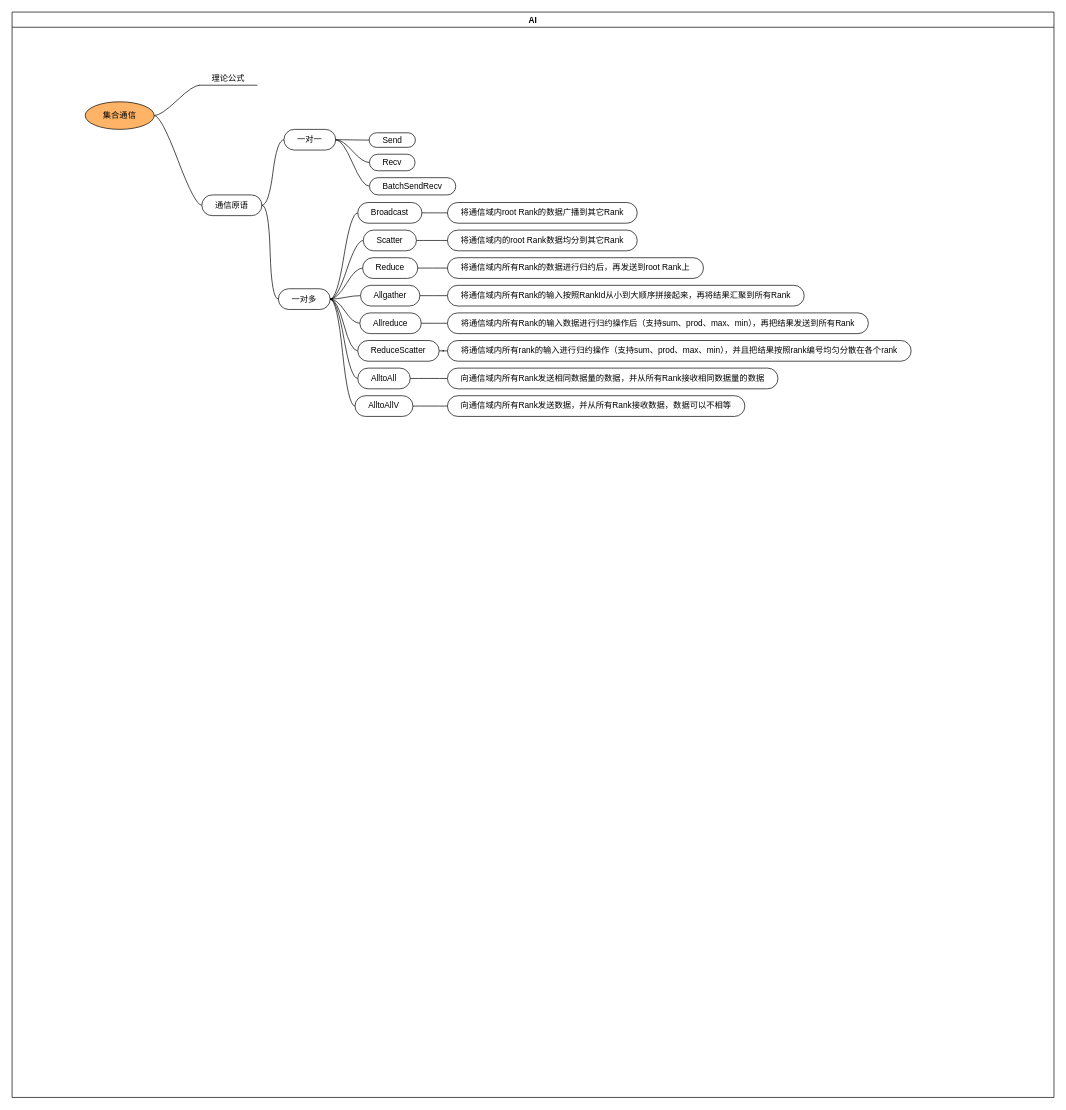
Before: AI.drawio in lbk0116/AI, a draw.io diagram. Source tidied: cells renumbered, new cells numbered last; positions are measured from the earlier drawing's top-left corner, leaving out a move shared by most shapes. Both pictures are drawn from the tidied source at 69%, with x=0, y=0 at pixel (12, 12).
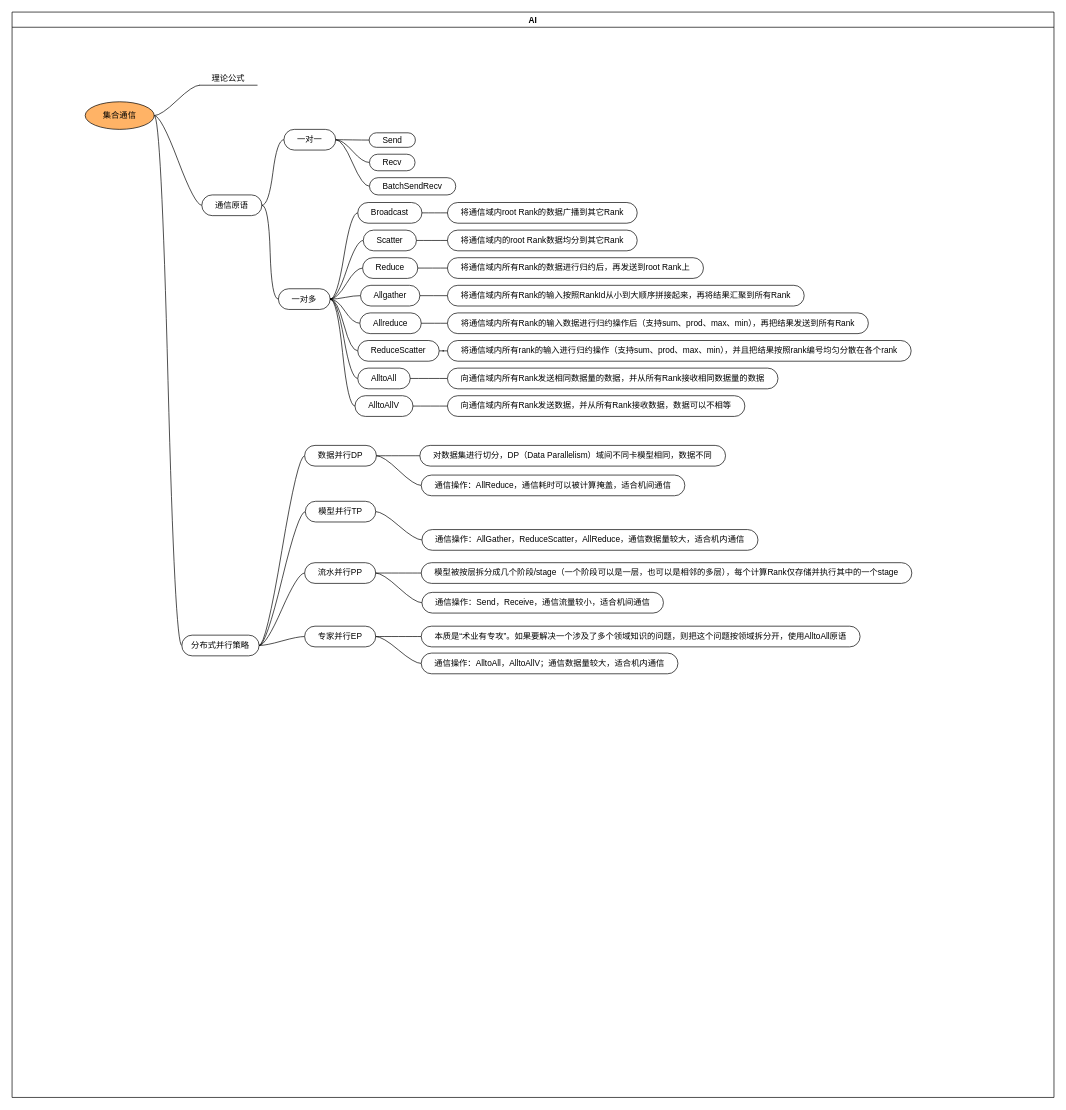
The same diagram, later.

Unchanged cells that the change refers to:
```xml
<mxCell id="2" value="AI" style="swimlane;startSize=22;horizontal=1;containerType=tree;" parent="1" vertex="1">
  <mxGeometry width="1510" height="1573" as="geometry" />
</mxCell>
<mxCell id="5" value="集合通信" style="ellipse;whiteSpace=wrap;html=1;align=center;newEdgeStyle={&quot;edgeStyle&quot;:&quot;entityRelationEdgeStyle&quot;,&quot;startArrow&quot;:&quot;none&quot;,&quot;endArrow&quot;:&quot;none&quot;,&quot;segment&quot;:10,&quot;curved&quot;:1,&quot;sourcePerimeterSpacing&quot;:0,&quot;targetPerimeterSpacing&quot;:0};fillColor=#FFB366;" parent="2" vertex="1">
  <mxGeometry x="106" y="130" width="100" height="40" as="geometry" />
</mxCell>
```

Change to the diagram source:
```diff
@@
+    <mxCell id="50" value="分布式并行策略" style="whiteSpace=wrap;html=1;rounded=1;arcSize=50;align=center;verticalAlign=middle;strokeWidth=1;spacing=4;newEdgeStyle={&quot;edgeStyle&quot;:&quot;entityRelationEdgeStyle&quot;,&quot;startArrow&quot;:&quot;none&quot;,&quot;endArrow&quot;:&quot;none&quot;,&quot;segment&quot;:10,&quot;curved&quot;:1,&quot;sourcePerimeterSpacing&quot;:0,&quot;targetPerimeterSpacing&quot;:0};" parent="2" vertex="1">
+      <mxGeometry x="246" y="903" width="112" height="30" as="geometry" />
+    </mxCell>
+    <mxCell id="51" style="edgeStyle=entityRelationEdgeStyle;startArrow=none;endArrow=none;segment=10;curved=1;sourcePerimeterSpacing=0;targetPerimeterSpacing=0;rounded=0;" parent="2" edge="1" source="5" target="50">
+      <mxGeometry relative="1" as="geometry" />
+    </mxCell>
+    <mxCell id="52" style="edgeStyle=entityRelationEdgeStyle;startArrow=none;endArrow=none;segment=10;curved=1;sourcePerimeterSpacing=0;targetPerimeterSpacing=0;rounded=0;" parent="2" edge="1" source="50" target="53">
+      <mxGeometry relative="1" as="geometry" />
+    </mxCell>
+    <mxCell id="53" value="数据并行DP" style="whiteSpace=wrap;html=1;rounded=1;arcSize=50;align=center;verticalAlign=middle;strokeWidth=1;spacing=4;newEdgeStyle={&quot;edgeStyle&quot;:&quot;entityRelationEdgeStyle&quot;,&quot;startArrow&quot;:&quot;none&quot;,&quot;endArrow&quot;:&quot;none&quot;,&quot;segment&quot;:10,&quot;curved&quot;:1,&quot;sourcePerimeterSpacing&quot;:0,&quot;targetPerimeterSpacing&quot;:0};" parent="2" vertex="1">
+      <mxGeometry x="424" y="628" width="104" height="30" as="geometry" />
+    </mxCell>
+    <mxCell id="54" style="edgeStyle=entityRelationEdgeStyle;startArrow=none;endArrow=none;segment=10;curved=1;sourcePerimeterSpacing=0;targetPerimeterSpacing=0;rounded=0;" parent="2" edge="1" source="53" target="55">
+      <mxGeometry relative="1" as="geometry" />
+    </mxCell>
+    <mxCell id="55" value="&lt;div data-mind-map-text=&quot;[{&amp;quot;paragraphProps&amp;quot;:{&amp;quot;type&amp;quot;:&amp;quot;paragraph&amp;quot;,&amp;quot;textAlign&amp;quot;:0,&amp;quot;lineSpacing&amp;quot;:1.4},&amp;quot;isComplete&amp;quot;:true,&amp;quot;textProps&amp;quot;:[{&amp;quot;type&amp;quot;:&amp;quot;text&amp;quot;,&amp;quot;text&amp;quot;:&amp;quot;对数据集进行切分，DP（Data Parallelism）域间不同卡模型相同，数据不同&amp;quot;,&amp;quot;color&amp;quot;:&amp;quot;#1f1f1f&amp;quot;,&amp;quot;fontWeight&amp;quot;:400,&amp;quot;fontSize&amp;quot;:14,&amp;quot;fontFamily&amp;quot;:&amp;quot;\&amp;quot;Helvetica Neue\&amp;quot;, Helvetica, \&amp;quot;PingFang SC\&amp;quot;, \&amp;quot;Microsoft YaHei\&amp;quot;, \&amp;quot;Source Han Sans SC\&amp;quot;, \&amp;quot;Noto Sans CJK SC\&amp;quot;, \&amp;quot;WenQuanYi Micro Hei\&amp;quot;, sans-serif&amp;quot;,&amp;quot;italic&amp;quot;:false,&amp;quot;underline&amp;quot;:false,&amp;quot;strike&amp;quot;:false}]}]&quot;&gt;对数据集进行切分，DP（Data Parallelism）域间不同卡模型相同，数据不同&lt;/div&gt;" style="whiteSpace=wrap;html=1;rounded=1;arcSize=50;align=center;verticalAlign=middle;strokeWidth=1;spacing=4;newEdgeStyle={&quot;edgeStyle&quot;:&quot;entityRelationEdgeStyle&quot;,&quot;startArrow&quot;:&quot;none&quot;,&quot;endArrow&quot;:&quot;none&quot;,&quot;segment&quot;:10,&quot;curved&quot;:1,&quot;sourcePerimeterSpacing&quot;:0,&quot;targetPerimeterSpacing&quot;:0};" parent="2" vertex="1">
+      <mxGeometry x="591" y="628" width="443" height="30" as="geometry" />
+    </mxCell>
+    <mxCell id="56" style="edgeStyle=entityRelationEdgeStyle;startArrow=none;endArrow=none;segment=10;curved=1;sourcePerimeterSpacing=0;targetPerimeterSpacing=0;rounded=0;" parent="2" edge="1" source="53" target="57">
+      <mxGeometry relative="1" as="geometry" />
+    </mxCell>
+    <mxCell id="57" value="&lt;div data-mind-map-text=&quot;[{&amp;quot;paragraphProps&amp;quot;:{&amp;quot;type&amp;quot;:&amp;quot;paragraph&amp;quot;,&amp;quot;textAlign&amp;quot;:0,&amp;quot;lineSpacing&amp;quot;:1.4},&amp;quot;isComplete&amp;quot;:true,&amp;quot;textProps&amp;quot;:[{&amp;quot;type&amp;quot;:&amp;quot;text&amp;quot;,&amp;quot;text&amp;quot;:&amp;quot;对数据集进行切分，DP（Data Parallelism）域间不同卡模型相同，数据不同&amp;quot;,&amp;quot;color&amp;quot;:&amp;quot;#1f1f1f&amp;quot;,&amp;quot;fontWeight&amp;quot;:400,&amp;quot;fontSize&amp;quot;:14,&amp;quot;fontFamily&amp;quot;:&amp;quot;\&amp;quot;Helvetica Neue\&amp;quot;, Helvetica, \&amp;quot;PingFang SC\&amp;quot;, \&amp;quot;Microsoft YaHei\&amp;quot;, \&amp;quot;Source Han Sans SC\&amp;quot;, \&amp;quot;Noto Sans CJK SC\&amp;quot;, \&amp;quot;WenQuanYi Micro Hei\&amp;quot;, sans-serif&amp;quot;,&amp;quot;italic&amp;quot;:false,&amp;quot;underline&amp;quot;:false,&amp;quot;strike&amp;quot;:false}]}]&quot;&gt;&lt;div data-mind-map-text=&quot;[{&amp;quot;paragraphProps&amp;quot;:{&amp;quot;type&amp;quot;:&amp;quot;paragraph&amp;quot;,&amp;quot;textAlign&amp;quot;:0,&amp;quot;lineSpacing&amp;quot;:1.4},&amp;quot;isComplete&amp;quot;:true,&amp;quot;textProps&amp;quot;:[{&amp;quot;type&amp;quot;:&amp;quot;text&amp;quot;,&amp;quot;text&amp;quot;:&amp;quot;通信操作：AllReduce，通信耗时可以被计算掩盖，适合机间通信&amp;quot;,&amp;quot;color&amp;quot;:&amp;quot;#1f1f1f&amp;quot;,&amp;quot;fontWeight&amp;quot;:400,&amp;quot;fontSize&amp;quot;:14,&amp;quot;fontFamily&amp;quot;:&amp;quot;\&amp;quot;Helvetica Neue\&amp;quot;, Helvetica, \&amp;quot;PingFang SC\&amp;quot;, \&amp;quot;Microsoft YaHei\&amp;quot;, \&amp;quot;Source Han Sans SC\&amp;quot;, \&amp;quot;Noto Sans CJK SC\&amp;quot;, \&amp;quot;WenQuanYi Micro Hei\&amp;quot;, sans-serif&amp;quot;,&amp;quot;italic&amp;quot;:false,&amp;quot;underline&amp;quot;:false,&amp;quot;strike&amp;quot;:false}]}]&quot;&gt;通信操作：AllReduce，通信耗时可以被计算掩盖，适合机间通信&lt;/div&gt;&lt;/div&gt;" style="whiteSpace=wrap;html=1;rounded=1;arcSize=50;align=center;verticalAlign=middle;strokeWidth=1;spacing=4;newEdgeStyle={&quot;edgeStyle&quot;:&quot;entityRelationEdgeStyle&quot;,&quot;startArrow&quot;:&quot;none&quot;,&quot;endArrow&quot;:&quot;none&quot;,&quot;segment&quot;:10,&quot;curved&quot;:1,&quot;sourcePerimeterSpacing&quot;:0,&quot;targetPerimeterSpacing&quot;:0};" parent="2" vertex="1">
+      <mxGeometry x="593" y="671" width="382" height="30" as="geometry" />
+    </mxCell>
+    <mxCell id="58" style="edgeStyle=entityRelationEdgeStyle;startArrow=none;endArrow=none;segment=10;curved=1;sourcePerimeterSpacing=0;targetPerimeterSpacing=0;rounded=0;" parent="2" edge="1" source="50" target="59">
+      <mxGeometry relative="1" as="geometry" />
+    </mxCell>
+    <mxCell id="59" value="模型并行TP" style="whiteSpace=wrap;html=1;rounded=1;arcSize=50;align=center;verticalAlign=middle;strokeWidth=1;spacing=4;newEdgeStyle={&quot;edgeStyle&quot;:&quot;entityRelationEdgeStyle&quot;,&quot;startArrow&quot;:&quot;none&quot;,&quot;endArrow&quot;:&quot;none&quot;,&quot;segment&quot;:10,&quot;curved&quot;:1,&quot;sourcePerimeterSpacing&quot;:0,&quot;targetPerimeterSpacing&quot;:0};" parent="2" vertex="1">
+      <mxGeometry x="425" y="709" width="102" height="30" as="geometry" />
+    </mxCell>
+    <mxCell id="60" style="edgeStyle=entityRelationEdgeStyle;startArrow=none;endArrow=none;segment=10;curved=1;sourcePerimeterSpacing=0;targetPerimeterSpacing=0;rounded=0;" parent="2" edge="1" source="59" target="61">
+      <mxGeometry relative="1" as="geometry" />
+    </mxCell>
+    <mxCell id="61" value="&lt;div data-mind-map-text=&quot;[{&amp;quot;paragraphProps&amp;quot;:{&amp;quot;type&amp;quot;:&amp;quot;paragraph&amp;quot;,&amp;quot;textAlign&amp;quot;:0,&amp;quot;lineSpacing&amp;quot;:1.4},&amp;quot;isComplete&amp;quot;:true,&amp;quot;textProps&amp;quot;:[{&amp;quot;type&amp;quot;:&amp;quot;text&amp;quot;,&amp;quot;text&amp;quot;:&amp;quot;把GEMM操作的权重切分，每张卡处理一部分矩阵乘计算，最后通过AllReduce/Reducescatter/Allgather等通信汇聚结果，实现数学等价的分布式矩阵乘法计算&amp;quot;,&amp;quot;color&amp;quot;:&amp;quot;#1f1f1f&amp;quot;,&amp;quot;fontWeight&amp;quot;:400,&amp;quot;fontSize&amp;quot;:14,&amp;quot;fontFamily&amp;quot;:&amp;quot;\&amp;quot;Helvetica Neue\&amp;quot;, Helvetica, \&amp;quot;PingFang SC\&amp;quot;, \&amp;quot;Microsoft YaHei\&amp;quot;, \&amp;quot;Source Han Sans SC\&amp;quot;, \&amp;quot;Noto Sans CJK SC\&amp;quot;, \&amp;quot;WenQuanYi Micro Hei\&amp;quot;, sans-serif&amp;quot;,&amp;quot;italic&amp;quot;:false,&amp;quot;underline&amp;quot;:false,&amp;quot;strike&amp;quot;:false}]}]&quot;&gt;&lt;div data-mind-map-text=&quot;[{&amp;quot;paragraphProps&amp;quot;:{&amp;quot;type&amp;quot;:&amp;quot;paragraph&amp;quot;,&amp;quot;textAlign&amp;quot;:0,&amp;quot;lineSpacing&amp;quot;:1.4},&amp;quot;isComplete&amp;quot;:true,&amp;quot;textProps&amp;quot;:[{&amp;quot;type&amp;quot;:&amp;quot;text&amp;quot;,&amp;quot;text&amp;quot;:&amp;quot;通信操作：AllGather，ReduceScatter，AllReduce，通信数据量较大，适合机内通信&amp;quot;,&amp;quot;color&amp;quot;:&amp;quot;#1f1f1f&amp;quot;,&amp;quot;fontWeight&amp;quot;:400,&amp;quot;fontSize&amp;quot;:14,&amp;quot;fontFamily&amp;quot;:&amp;quot;\&amp;quot;Helvetica Neue\&amp;quot;, Helvetica, \&amp;quot;PingFang SC\&amp;quot;, \&amp;quot;Microsoft YaHei\&amp;quot;, \&amp;quot;Source Han Sans SC\&amp;quot;, \&amp;quot;Noto Sans CJK SC\&amp;quot;, \&amp;quot;WenQuanYi Micro Hei\&amp;quot;, sans-serif&amp;quot;,&amp;quot;italic&amp;quot;:false,&amp;quot;underline&amp;quot;:false,&amp;quot;strike&amp;quot;:false}]}]&quot;&gt;通信操作：AllGather，ReduceScatter，AllReduce，通信数据量较大，适合机内通信&lt;/div&gt;&lt;/div&gt;" style="whiteSpace=wrap;html=1;rounded=1;arcSize=50;align=center;verticalAlign=middle;strokeWidth=1;spacing=4;newEdgeStyle={&quot;edgeStyle&quot;:&quot;entityRelationEdgeStyle&quot;,&quot;startArrow&quot;:&quot;none&quot;,&quot;endArrow&quot;:&quot;none&quot;,&quot;segment&quot;:10,&quot;curved&quot;:1,&quot;sourcePerimeterSpacing&quot;:0,&quot;targetPerimeterSpacing&quot;:0};" parent="2" vertex="1">
+      <mxGeometry x="594" y="750" width="487" height="30" as="geometry" />
+    </mxCell>
+    <mxCell id="62" style="edgeStyle=entityRelationEdgeStyle;startArrow=none;endArrow=none;segment=10;curved=1;sourcePerimeterSpacing=0;targetPerimeterSpacing=0;rounded=0;" parent="2" edge="1" source="50" target="63">
+      <mxGeometry relative="1" as="geometry" />
+    </mxCell>
+    <mxCell id="63" value="流水并行PP" style="whiteSpace=wrap;html=1;rounded=1;arcSize=50;align=center;verticalAlign=middle;strokeWidth=1;spacing=4;newEdgeStyle={&quot;edgeStyle&quot;:&quot;entityRelationEdgeStyle&quot;,&quot;startArrow&quot;:&quot;none&quot;,&quot;endArrow&quot;:&quot;none&quot;,&quot;segment&quot;:10,&quot;curved&quot;:1,&quot;sourcePerimeterSpacing&quot;:0,&quot;targetPerimeterSpacing&quot;:0};" parent="2" vertex="1">
+      <mxGeometry x="424" y="798" width="103" height="30" as="geometry" />
+    </mxCell>
+    <mxCell id="64" style="edgeStyle=entityRelationEdgeStyle;startArrow=none;endArrow=none;segment=10;curved=1;sourcePerimeterSpacing=0;targetPerimeterSpacing=0;rounded=0;" parent="2" edge="1" source="63" target="65">
+      <mxGeometry relative="1" as="geometry" />
+    </mxCell>
+    <mxCell id="65" value="&lt;div data-mind-map-text=&quot;[{&amp;quot;paragraphProps&amp;quot;:{&amp;quot;type&amp;quot;:&amp;quot;paragraph&amp;quot;,&amp;quot;textAlign&amp;quot;:0,&amp;quot;lineSpacing&amp;quot;:1.4},&amp;quot;isComplete&amp;quot;:true,&amp;quot;textProps&amp;quot;:[{&amp;quot;type&amp;quot;:&amp;quot;text&amp;quot;,&amp;quot;text&amp;quot;:&amp;quot;模型被按层拆分成几个阶段/stage（一个阶段可以是一层，也可以是相邻的多层），每个计算Rank仅存储并执行其中的一个stage&amp;quot;,&amp;quot;color&amp;quot;:&amp;quot;#1f1f1f&amp;quot;,&amp;quot;fontWeight&amp;quot;:400,&amp;quot;fontSize&amp;quot;:14,&amp;quot;fontFamily&amp;quot;:&amp;quot;\&amp;quot;Helvetica Neue\&amp;quot;, Helvetica, \&amp;quot;PingFang SC\&amp;quot;, \&amp;quot;Microsoft YaHei\&amp;quot;, \&amp;quot;Source Han Sans SC\&amp;quot;, \&amp;quot;Noto Sans CJK SC\&amp;quot;, \&amp;quot;WenQuanYi Micro Hei\&amp;quot;, sans-serif&amp;quot;,&amp;quot;italic&amp;quot;:false,&amp;quot;underline&amp;quot;:false,&amp;quot;strike&amp;quot;:false}]}]&quot;&gt;模型被按层拆分成几个阶段/stage（一个阶段可以是一层，也可以是相邻的多层），每个计算Rank仅存储并执行其中的一个stage&lt;/div&gt;" style="whiteSpace=wrap;html=1;rounded=1;arcSize=50;align=center;verticalAlign=middle;strokeWidth=1;spacing=4;newEdgeStyle={&quot;edgeStyle&quot;:&quot;entityRelationEdgeStyle&quot;,&quot;startArrow&quot;:&quot;none&quot;,&quot;endArrow&quot;:&quot;none&quot;,&quot;segment&quot;:10,&quot;curved&quot;:1,&quot;sourcePerimeterSpacing&quot;:0,&quot;targetPerimeterSpacing&quot;:0};" parent="2" vertex="1">
+      <mxGeometry x="593" y="798" width="711" height="30" as="geometry" />
+    </mxCell>
+    <mxCell id="66" style="edgeStyle=entityRelationEdgeStyle;startArrow=none;endArrow=none;segment=10;curved=1;sourcePerimeterSpacing=0;targetPerimeterSpacing=0;rounded=0;" parent="2" edge="1" source="63" target="67">
+      <mxGeometry relative="1" as="geometry" />
+    </mxCell>
+    <mxCell id="67" value="&lt;div data-mind-map-text=&quot;[{&amp;quot;paragraphProps&amp;quot;:{&amp;quot;type&amp;quot;:&amp;quot;paragraph&amp;quot;,&amp;quot;textAlign&amp;quot;:0,&amp;quot;lineSpacing&amp;quot;:1.4},&amp;quot;isComplete&amp;quot;:true,&amp;quot;textProps&amp;quot;:[{&amp;quot;type&amp;quot;:&amp;quot;text&amp;quot;,&amp;quot;text&amp;quot;:&amp;quot;模型被按层拆分成几个阶段/stage（一个阶段可以是一层，也可以是相邻的多层），每个计算Rank仅存储并执行其中的一个stage&amp;quot;,&amp;quot;color&amp;quot;:&amp;quot;#1f1f1f&amp;quot;,&amp;quot;fontWeight&amp;quot;:400,&amp;quot;fontSize&amp;quot;:14,&amp;quot;fontFamily&amp;quot;:&amp;quot;\&amp;quot;Helvetica Neue\&amp;quot;, Helvetica, \&amp;quot;PingFang SC\&amp;quot;, \&amp;quot;Microsoft YaHei\&amp;quot;, \&amp;quot;Source Han Sans SC\&amp;quot;, \&amp;quot;Noto Sans CJK SC\&amp;quot;, \&amp;quot;WenQuanYi Micro Hei\&amp;quot;, sans-serif&amp;quot;,&amp;quot;italic&amp;quot;:false,&amp;quot;underline&amp;quot;:false,&amp;quot;strike&amp;quot;:false}]}]&quot;&gt;&lt;div data-mind-map-text=&quot;[{&amp;quot;paragraphProps&amp;quot;:{&amp;quot;type&amp;quot;:&amp;quot;paragraph&amp;quot;,&amp;quot;textAlign&amp;quot;:0,&amp;quot;lineSpacing&amp;quot;:1.4},&amp;quot;isComplete&amp;quot;:true,&amp;quot;textProps&amp;quot;:[{&amp;quot;type&amp;quot;:&amp;quot;text&amp;quot;,&amp;quot;text&amp;quot;:&amp;quot;通信操作：Send，Receive，通信流量较小，适合机间通信&amp;quot;,&amp;quot;color&amp;quot;:&amp;quot;#1f1f1f&amp;quot;,&amp;quot;fontWeight&amp;quot;:400,&amp;quot;fontSize&amp;quot;:14,&amp;quot;fontFamily&amp;quot;:&amp;quot;\&amp;quot;Helvetica Neue\&amp;quot;, Helvetica, \&amp;quot;PingFang SC\&amp;quot;, \&amp;quot;Microsoft YaHei\&amp;quot;, \&amp;quot;Source Han Sans SC\&amp;quot;, \&amp;quot;Noto Sans CJK SC\&amp;quot;, \&amp;quot;WenQuanYi Micro Hei\&amp;quot;, sans-serif&amp;quot;,&amp;quot;italic&amp;quot;:false,&amp;quot;underline&amp;quot;:false,&amp;quot;strike&amp;quot;:false}]}]&quot;&gt;通信操作：Send，Receive，通信流量较小，适合机间通信&lt;/div&gt;&lt;/div&gt;" style="whiteSpace=wrap;html=1;rounded=1;arcSize=50;align=center;verticalAlign=middle;strokeWidth=1;spacing=4;newEdgeStyle={&quot;edgeStyle&quot;:&quot;entityRelationEdgeStyle&quot;,&quot;startArrow&quot;:&quot;none&quot;,&quot;endArrow&quot;:&quot;none&quot;,&quot;segment&quot;:10,&quot;curved&quot;:1,&quot;sourcePerimeterSpacing&quot;:0,&quot;targetPerimeterSpacing&quot;:0};" parent="2" vertex="1">
+      <mxGeometry x="594" y="841" width="350" height="30" as="geometry" />
+    </mxCell>
+    <mxCell id="68" style="edgeStyle=entityRelationEdgeStyle;startArrow=none;endArrow=none;segment=10;curved=1;sourcePerimeterSpacing=0;targetPerimeterSpacing=0;rounded=0;" parent="2" edge="1" source="50" target="69">
+      <mxGeometry relative="1" as="geometry" />
+    </mxCell>
+    <mxCell id="69" value="专家并行EP" style="whiteSpace=wrap;html=1;rounded=1;arcSize=50;align=center;verticalAlign=middle;strokeWidth=1;spacing=4;newEdgeStyle={&quot;edgeStyle&quot;:&quot;entityRelationEdgeStyle&quot;,&quot;startArrow&quot;:&quot;none&quot;,&quot;endArrow&quot;:&quot;none&quot;,&quot;segment&quot;:10,&quot;curved&quot;:1,&quot;sourcePerimeterSpacing&quot;:0,&quot;targetPerimeterSpacing&quot;:0};" parent="2" vertex="1">
+      <mxGeometry x="424" y="890" width="103" height="30" as="geometry" />
+    </mxCell>
+    <mxCell id="70" style="edgeStyle=entityRelationEdgeStyle;startArrow=none;endArrow=none;segment=10;curved=1;sourcePerimeterSpacing=0;targetPerimeterSpacing=0;rounded=0;" parent="2" edge="1" source="69" target="71">
+      <mxGeometry relative="1" as="geometry" />
+    </mxCell>
+    <mxCell id="71" value="&lt;div data-mind-map-text=&quot;[{&amp;quot;paragraphProps&amp;quot;:{&amp;quot;type&amp;quot;:&amp;quot;paragraph&amp;quot;,&amp;quot;textAlign&amp;quot;:0,&amp;quot;lineSpacing&amp;quot;:1.4},&amp;quot;isComplete&amp;quot;:true,&amp;quot;textProps&amp;quot;:[{&amp;quot;type&amp;quot;:&amp;quot;text&amp;quot;,&amp;quot;text&amp;quot;:&amp;quot;本质是“术业有专攻”。如果要解决一个涉及了多个领域知识的问题，则把这个问题按领域拆分开，使用AlltoAll原语&amp;quot;,&amp;quot;color&amp;quot;:&amp;quot;#1f1f1f&amp;quot;,&amp;quot;fontWeight&amp;quot;:400,&amp;quot;fontSize&amp;quot;:14,&amp;quot;fontFamily&amp;quot;:&amp;quot;\&amp;quot;Helvetica Neue\&amp;quot;, Helvetica, \&amp;quot;PingFang SC\&amp;quot;, \&amp;quot;Microsoft YaHei\&amp;quot;, \&amp;quot;Source Han Sans SC\&amp;quot;, \&amp;quot;Noto Sans CJK SC\&amp;quot;, \&amp;quot;WenQuanYi Micro Hei\&amp;quot;, sans-serif&amp;quot;,&amp;quot;italic&amp;quot;:false,&amp;quot;underline&amp;quot;:false,&amp;quot;strike&amp;quot;:false}]}]&quot;&gt;本质是“术业有专攻”。如果要解决一个涉及了多个领域知识的问题，则把这个问题按领域拆分开，使用AlltoAll原语&lt;/div&gt;" style="whiteSpace=wrap;html=1;rounded=1;arcSize=50;align=center;verticalAlign=middle;strokeWidth=1;spacing=4;newEdgeStyle={&quot;edgeStyle&quot;:&quot;entityRelationEdgeStyle&quot;,&quot;startArrow&quot;:&quot;none&quot;,&quot;endArrow&quot;:&quot;none&quot;,&quot;segment&quot;:10,&quot;curved&quot;:1,&quot;sourcePerimeterSpacing&quot;:0,&quot;targetPerimeterSpacing&quot;:0};" parent="2" vertex="1">
+      <mxGeometry x="593" y="890" width="636" height="30" as="geometry" />
+    </mxCell>
+    <mxCell id="72" style="edgeStyle=entityRelationEdgeStyle;startArrow=none;endArrow=none;segment=10;curved=1;sourcePerimeterSpacing=0;targetPerimeterSpacing=0;rounded=0;" parent="2" edge="1" source="69" target="73">
+      <mxGeometry relative="1" as="geometry" />
+    </mxCell>
+    <mxCell id="73" value="&lt;div data-mind-map-text=&quot;[{&amp;quot;paragraphProps&amp;quot;:{&amp;quot;type&amp;quot;:&amp;quot;paragraph&amp;quot;,&amp;quot;textAlign&amp;quot;:0,&amp;quot;lineSpacing&amp;quot;:1.4},&amp;quot;isComplete&amp;quot;:true,&amp;quot;textProps&amp;quot;:[{&amp;quot;type&amp;quot;:&amp;quot;text&amp;quot;,&amp;quot;text&amp;quot;:&amp;quot;本质是“术业有专攻”。如果要解决一个涉及了多个领域知识的问题，则把这个问题按领域拆分开，使用AlltoAll原语&amp;quot;,&amp;quot;color&amp;quot;:&amp;quot;#1f1f1f&amp;quot;,&amp;quot;fontWeight&amp;quot;:400,&amp;quot;fontSize&amp;quot;:14,&amp;quot;fontFamily&amp;quot;:&amp;quot;\&amp;quot;Helvetica Neue\&amp;quot;, Helvetica, \&amp;quot;PingFang SC\&amp;quot;, \&amp;quot;Microsoft YaHei\&amp;quot;, \&amp;quot;Source Han Sans SC\&amp;quot;, \&amp;quot;Noto Sans CJK SC\&amp;quot;, \&amp;quot;WenQuanYi Micro Hei\&amp;quot;, sans-serif&amp;quot;,&amp;quot;italic&amp;quot;:false,&amp;quot;underline&amp;quot;:false,&amp;quot;strike&amp;quot;:false}]}]&quot;&gt;&lt;div data-mind-map-text=&quot;[{&amp;quot;paragraphProps&amp;quot;:{&amp;quot;type&amp;quot;:&amp;quot;paragraph&amp;quot;,&amp;quot;textAlign&amp;quot;:0,&amp;quot;lineSpacing&amp;quot;:1.4},&amp;quot;isComplete&amp;quot;:true,&amp;quot;textProps&amp;quot;:[{&amp;quot;type&amp;quot;:&amp;quot;text&amp;quot;,&amp;quot;text&amp;quot;:&amp;quot;通信操作：AlltoAll，AlltoAllV；通信数据量较大，适合机内通信&amp;quot;,&amp;quot;color&amp;quot;:&amp;quot;#1f1f1f&amp;quot;,&amp;quot;fontWeight&amp;quot;:400,&amp;quot;fontSize&amp;quot;:14,&amp;quot;fontFamily&amp;quot;:&amp;quot;\&amp;quot;Helvetica Neue\&amp;quot;, Helvetica, \&amp;quot;PingFang SC\&amp;quot;, \&amp;quot;Microsoft YaHei\&amp;quot;, \&amp;quot;Source Han Sans SC\&amp;quot;, \&amp;quot;Noto Sans CJK SC\&amp;quot;, \&amp;quot;WenQuanYi Micro Hei\&amp;quot;, sans-serif&amp;quot;,&amp;quot;italic&amp;quot;:false,&amp;quot;underline&amp;quot;:false,&amp;quot;strike&amp;quot;:false}]}]&quot;&gt;通信操作：AlltoAll，AlltoAllV；通信数据量较大，适合机内通信&lt;/div&gt;&lt;/div&gt;" style="whiteSpace=wrap;html=1;rounded=1;arcSize=50;align=center;verticalAlign=middle;strokeWidth=1;spacing=4;newEdgeStyle={&quot;edgeStyle&quot;:&quot;entityRelationEdgeStyle&quot;,&quot;startArrow&quot;:&quot;none&quot;,&quot;endArrow&quot;:&quot;none&quot;,&quot;segment&quot;:10,&quot;curved&quot;:1,&quot;sourcePerimeterSpacing&quot;:0,&quot;targetPerimeterSpacing&quot;:0};" parent="2" vertex="1">
+      <mxGeometry x="593" y="929" width="372" height="30" as="geometry" />
+    </mxCell>
```
